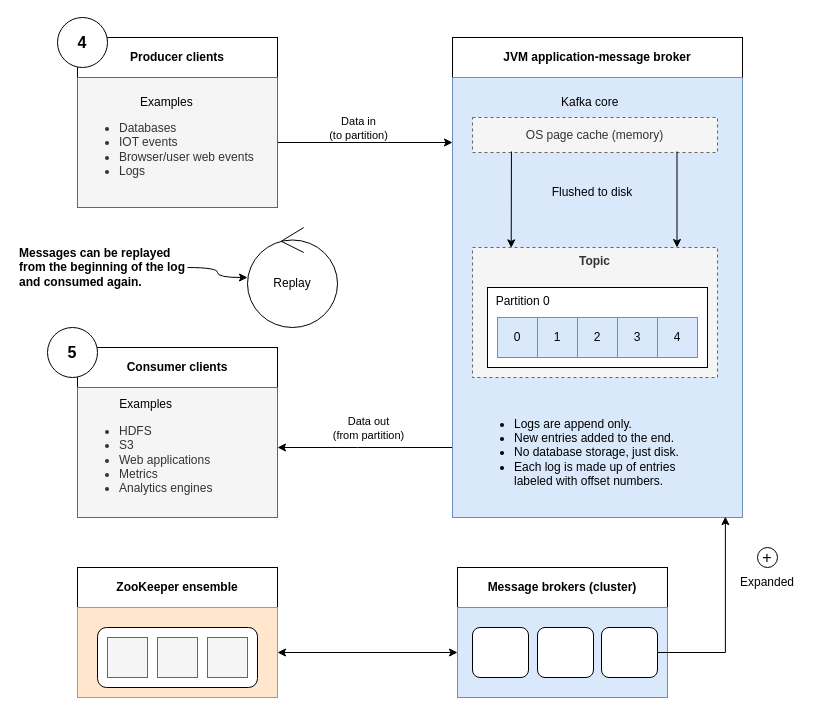
The draw.io diagram books/apache-kafka/apache-kafka.drawio in chavp/data-modeling, before the edit. Source tidied: cells renumbered, new cells numbered last; positions are measured from the earlier drawing's top-left corner, leaving out a move shared by most shapes. Both pictures are drawn from the tidied source at 100%, with x=0, y=0 at pixel (17, 17).
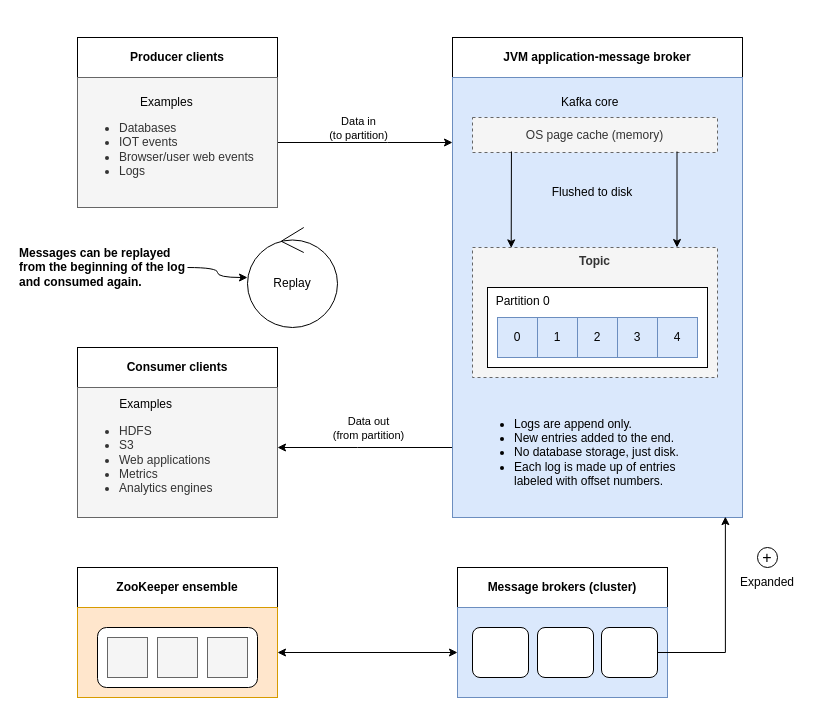
Above is the later version.

The edit, as a diff of the source:
```diff
@@
-    <mxCell id="42" value="4" style="ellipse;whiteSpace=wrap;html=1;fontStyle=1;fontSize=16;" parent="1" vertex="1">
-      <mxGeometry x="40" width="50" height="50" as="geometry" />
-    </mxCell>
-    <mxCell id="43" value="5" style="ellipse;whiteSpace=wrap;html=1;fontStyle=1;fontSize=16;" parent="1" vertex="1">
-      <mxGeometry x="30" y="310" width="50" height="50" as="geometry" />
-    </mxCell>
```
